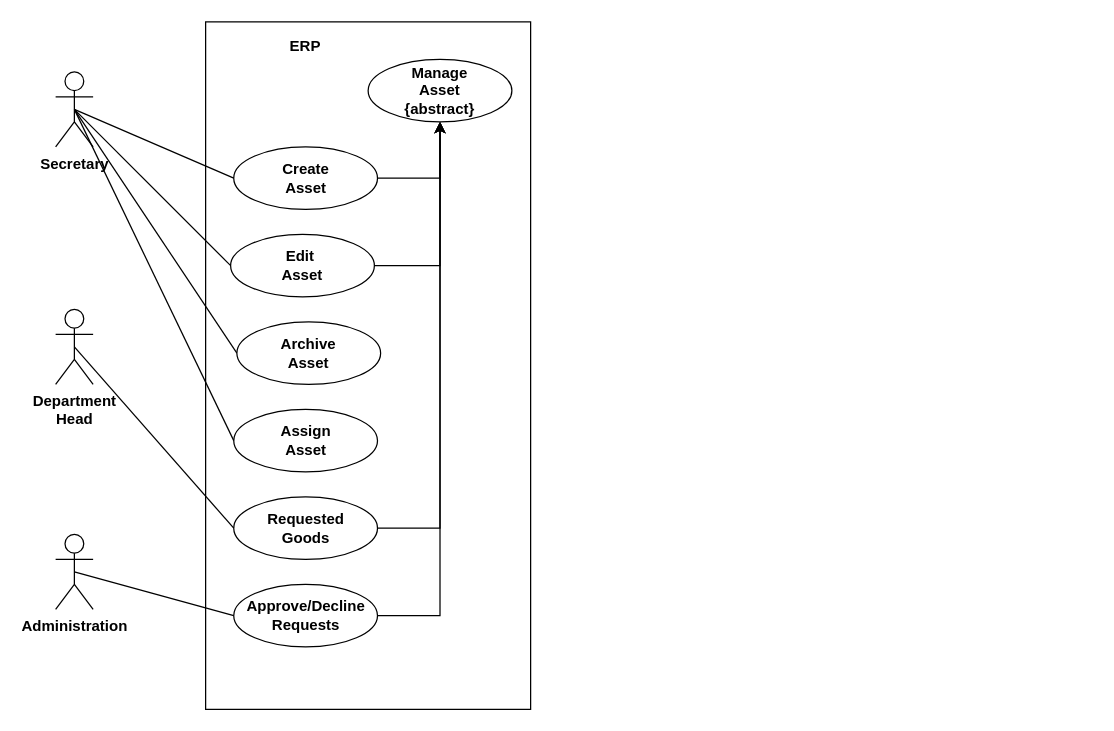
Before: stadia/system-documentation/usecases/asset.drawio in Simonbelete/odoo-modules, a draw.io diagram. Source tidied: cells renumbered, new cells numbered last; positions are measured from the earlier drawing's top-left corner, leaving out a move shared by most shapes. Both pictures are drawn from the tidied source at 125%, with x=0, y=0 at pixel (55, 21).
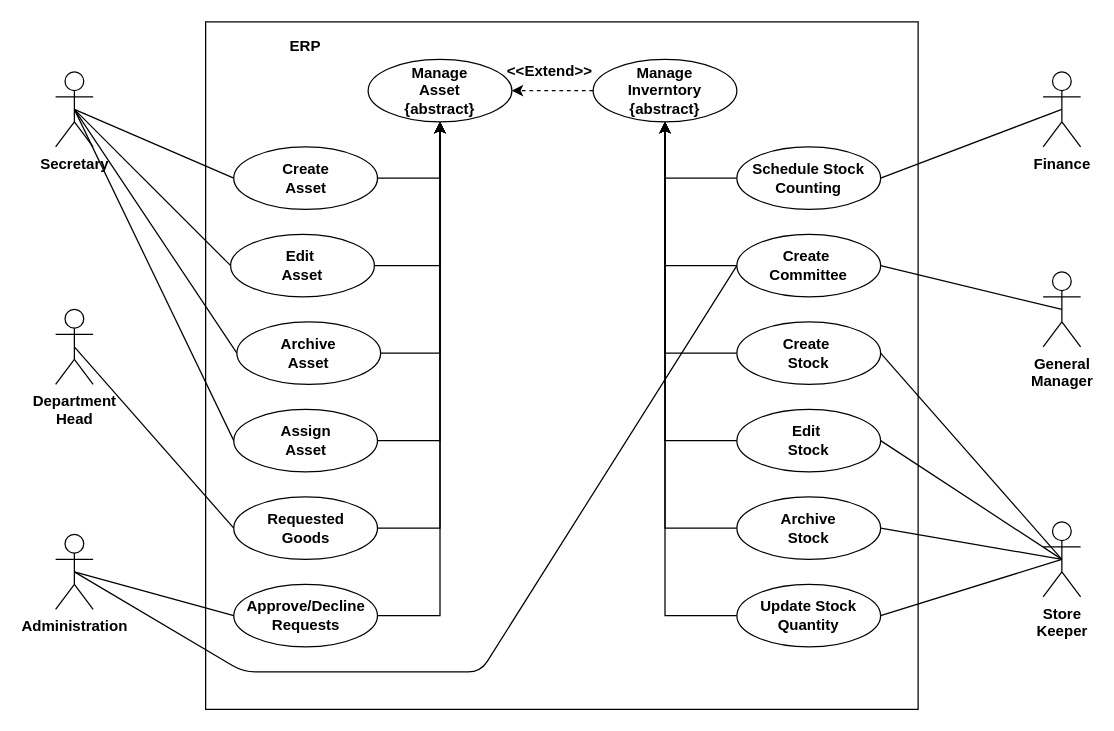
After the change.

The change refers to these unchanged cells:
```xml
<mxCell id="4" value="Manage&lt;br&gt;Asset&lt;br&gt;{abstract}" style="ellipse;whiteSpace=wrap;html=1;fontStyle=1;align=center;horizontal=1;labelBackgroundColor=none;labelBorderColor=none;shadow=0;" parent="1" vertex="1">
  <mxGeometry x="250" y="30" width="115" height="50" as="geometry" />
</mxCell>
<mxCell id="13" value="Archive&lt;br&gt;Asset" style="ellipse;whiteSpace=wrap;html=1;fontStyle=1;align=center;horizontal=1;labelBackgroundColor=none;labelBorderColor=none;shadow=0;" parent="1" vertex="1">
  <mxGeometry x="145" y="240" width="115" height="50" as="geometry" />
</mxCell>
<mxCell id="14" value="Assign&lt;br&gt;Asset" style="ellipse;whiteSpace=wrap;html=1;fontStyle=1;align=center;horizontal=1;labelBackgroundColor=none;labelBorderColor=none;shadow=0;" parent="1" vertex="1">
  <mxGeometry x="142.5" y="310" width="115" height="50" as="geometry" />
</mxCell>
<mxCell id="20" value="Administration" style="shape=umlActor;verticalLabelPosition=bottom;labelBackgroundColor=#ffffff;verticalAlign=top;html=1;outlineConnect=0;fontStyle=1;" parent="1" vertex="1">
  <mxGeometry y="410" width="30" height="60" as="geometry" />
</mxCell>
```

Diff of the diagram source:
```diff
@@
     <mxCell id="2" style="rounded=0;whiteSpace=wrap;html=1;" parent="1" vertex="1">
-      <mxGeometry x="120" width="260" height="550" as="geometry" />
+      <mxGeometry x="120" width="570" height="550" as="geometry" />
     </mxCell>
@@
+    <mxCell id="24" style="edgeStyle=orthogonalEdgeStyle;rounded=0;jettySize=auto;html=1;exitX=1;exitY=0.5;exitDx=0;exitDy=0;entryX=0.5;entryY=1;entryDx=0;entryDy=0;" parent="1" edge="1" source="13" target="4">
+      <mxGeometry relative="1" as="geometry" />
+    </mxCell>
@@
+    <mxCell id="25" style="edgeStyle=orthogonalEdgeStyle;rounded=0;jettySize=auto;html=1;exitX=1;exitY=0.5;exitDx=0;exitDy=0;entryX=0.5;entryY=1;entryDx=0;entryDy=0;" parent="1" edge="1" source="14" target="4">
+      <mxGeometry relative="1" as="geometry" />
+    </mxCell>
@@
+    <mxCell id="26" value="Manage&lt;br&gt;Inverntory&lt;br&gt;{abstract}" style="ellipse;whiteSpace=wrap;html=1;fontStyle=1;align=center;horizontal=1;labelBackgroundColor=none;labelBorderColor=none;shadow=0;" parent="1" vertex="1">
+      <mxGeometry x="430" y="30" width="115" height="50" as="geometry" />
+    </mxCell>
+    <mxCell id="27" value="&amp;lt;&amp;lt;Extend&amp;gt;&amp;gt;" style="html=1;verticalAlign=middle;fontSize=12;fontStyle=1;fillColor=#ffffff;labelBackgroundColor=none;labelBorderColor=none;exitX=0;exitY=0.5;exitDx=0;exitDy=0;dashed=1;entryX=1;entryY=0.5;entryDx=0;entryDy=0;" parent="1" edge="1" source="26" target="4">
+      <mxGeometry x="0.09" y="-15" relative="1" as="geometry" />
+    </mxCell>
+    <mxCell id="28" style="edgeStyle=orthogonalEdgeStyle;rounded=0;jettySize=auto;html=1;exitX=0;exitY=0.5;exitDx=0;exitDy=0;entryX=0.5;entryY=1;entryDx=0;entryDy=0;" parent="1" edge="1" source="29" target="26">
+      <mxGeometry relative="1" as="geometry">
+        <Array as="points">
+          <mxPoint x="488" y="125" />
+        </Array>
+      </mxGeometry>
+    </mxCell>
+    <mxCell id="29" value="Schedule Stock&lt;br&gt;Counting" style="ellipse;whiteSpace=wrap;html=1;fontStyle=1;align=center;horizontal=1;labelBackgroundColor=none;labelBorderColor=none;shadow=0;" parent="1" vertex="1">
+      <mxGeometry x="545" y="100" width="115" height="50" as="geometry" />
+    </mxCell>
+    <mxCell id="30" value="Finance" style="shape=umlActor;verticalLabelPosition=bottom;labelBackgroundColor=#ffffff;verticalAlign=top;html=1;outlineConnect=0;fontStyle=1;" parent="1" vertex="1">
+      <mxGeometry x="790" y="40" width="30" height="60" as="geometry" />
+    </mxCell>
+    <mxCell id="31" style="endArrow=none;html=1;entryX=0.5;entryY=0.5;entryDx=0;entryDy=0;exitX=1;exitY=0.5;exitDx=0;exitDy=0;entryPerimeter=0;" parent="1" edge="1" source="29" target="30">
+      <mxGeometry relative="1" as="geometry" />
+    </mxCell>
+    <mxCell id="32" value="General&lt;br&gt;Manager" style="shape=umlActor;verticalLabelPosition=bottom;labelBackgroundColor=#ffffff;verticalAlign=top;html=1;outlineConnect=0;fontStyle=1;" parent="1" vertex="1">
+      <mxGeometry x="790" y="200" width="30" height="60" as="geometry" />
+    </mxCell>
+    <mxCell id="33" style="edgeStyle=orthogonalEdgeStyle;rounded=0;jettySize=auto;html=1;exitX=0;exitY=0.5;exitDx=0;exitDy=0;entryX=0.5;entryY=1;entryDx=0;entryDy=0;" parent="1" edge="1" source="34" target="26">
+      <mxGeometry relative="1" as="geometry" />
+    </mxCell>
+    <mxCell id="34" value="Create&amp;nbsp;&lt;br&gt;Committee" style="ellipse;whiteSpace=wrap;html=1;fontStyle=1;align=center;horizontal=1;labelBackgroundColor=none;labelBorderColor=none;shadow=0;" parent="1" vertex="1">
+      <mxGeometry x="545" y="170" width="115" height="50" as="geometry" />
+    </mxCell>
+    <mxCell id="35" value="Store &lt;br&gt;Keeper" style="shape=umlActor;verticalLabelPosition=bottom;labelBackgroundColor=#ffffff;verticalAlign=top;html=1;outlineConnect=0;fontStyle=1;" parent="1" vertex="1">
+      <mxGeometry x="790" y="400" width="30" height="60" as="geometry" />
+    </mxCell>
+    <mxCell id="36" style="edgeStyle=orthogonalEdgeStyle;rounded=0;jettySize=auto;html=1;exitX=0;exitY=0.5;exitDx=0;exitDy=0;entryX=0.5;entryY=1;entryDx=0;entryDy=0;" parent="1" edge="1" source="37" target="26">
+      <mxGeometry relative="1" as="geometry" />
+    </mxCell>
+    <mxCell id="37" value="Create&amp;nbsp;&lt;br&gt;Stock" style="ellipse;whiteSpace=wrap;html=1;fontStyle=1;align=center;horizontal=1;labelBackgroundColor=none;labelBorderColor=none;shadow=0;" parent="1" vertex="1">
+      <mxGeometry x="545" y="240" width="115" height="50" as="geometry" />
+    </mxCell>
+    <mxCell id="38" style="edgeStyle=orthogonalEdgeStyle;rounded=0;jettySize=auto;html=1;exitX=0;exitY=0.5;exitDx=0;exitDy=0;entryX=0.5;entryY=1;entryDx=0;entryDy=0;" parent="1" edge="1" source="39" target="26">
+      <mxGeometry relative="1" as="geometry" />
+    </mxCell>
+    <mxCell id="39" value="Edit&amp;nbsp;&lt;br&gt;Stock" style="ellipse;whiteSpace=wrap;html=1;fontStyle=1;align=center;horizontal=1;labelBackgroundColor=none;labelBorderColor=none;shadow=0;" parent="1" vertex="1">
+      <mxGeometry x="545" y="310" width="115" height="50" as="geometry" />
+    </mxCell>
+    <mxCell id="40" style="edgeStyle=orthogonalEdgeStyle;rounded=0;jettySize=auto;html=1;exitX=0;exitY=0.5;exitDx=0;exitDy=0;entryX=0.5;entryY=1;entryDx=0;entryDy=0;" parent="1" edge="1" source="41" target="26">
+      <mxGeometry relative="1" as="geometry" />
+    </mxCell>
+    <mxCell id="41" value="Archive&lt;br&gt;Stock" style="ellipse;whiteSpace=wrap;html=1;fontStyle=1;align=center;horizontal=1;labelBackgroundColor=none;labelBorderColor=none;shadow=0;" parent="1" vertex="1">
+      <mxGeometry x="545" y="380" width="115" height="50" as="geometry" />
+    </mxCell>
+    <mxCell id="42" style="edgeStyle=orthogonalEdgeStyle;rounded=0;jettySize=auto;html=1;exitX=0;exitY=0.5;exitDx=0;exitDy=0;entryX=0.5;entryY=1;entryDx=0;entryDy=0;" parent="1" edge="1" source="43" target="26">
+      <mxGeometry relative="1" as="geometry" />
+    </mxCell>
+    <mxCell id="43" value="Update Stock&lt;br&gt;Quantity" style="ellipse;whiteSpace=wrap;html=1;fontStyle=1;align=center;horizontal=1;labelBackgroundColor=none;labelBorderColor=none;shadow=0;" parent="1" vertex="1">
+      <mxGeometry x="545" y="450" width="115" height="50" as="geometry" />
+    </mxCell>
+    <mxCell id="44" style="edgeStyle=none;jettySize=auto;html=1;exitX=0.5;exitY=0.5;exitDx=0;exitDy=0;exitPerimeter=0;entryX=1;entryY=0.5;entryDx=0;entryDy=0;endArrow=none;" parent="1" edge="1" source="35" target="43">
+      <mxGeometry relative="1" as="geometry" />
+    </mxCell>
+    <mxCell id="45" style="edgeStyle=none;jettySize=auto;html=1;exitX=0.5;exitY=0.5;exitDx=0;exitDy=0;exitPerimeter=0;entryX=1;entryY=0.5;entryDx=0;entryDy=0;endArrow=none;" parent="1" edge="1" source="35" target="41">
+      <mxGeometry relative="1" as="geometry" />
+    </mxCell>
+    <mxCell id="46" style="edgeStyle=none;jettySize=auto;html=1;exitX=0.5;exitY=0.5;exitDx=0;exitDy=0;exitPerimeter=0;entryX=1;entryY=0.5;entryDx=0;entryDy=0;endArrow=none;" parent="1" edge="1" source="35" target="39">
+      <mxGeometry relative="1" as="geometry" />
+    </mxCell>
+    <mxCell id="47" style="edgeStyle=none;jettySize=auto;html=1;entryX=1;entryY=0.5;entryDx=0;entryDy=0;endArrow=none;exitX=0.5;exitY=0.5;exitDx=0;exitDy=0;exitPerimeter=0;" parent="1" edge="1" source="35" target="37">
+      <mxGeometry relative="1" as="geometry" />
+    </mxCell>
+    <mxCell id="48" style="edgeStyle=none;jettySize=auto;html=1;exitX=0.5;exitY=0.5;exitDx=0;exitDy=0;exitPerimeter=0;entryX=0;entryY=0.5;entryDx=0;entryDy=0;endArrow=none;" parent="1" edge="1" source="20" target="34">
+      <mxGeometry relative="1" as="geometry">
+        <Array as="points">
+          <mxPoint x="150" y="520" />
+          <mxPoint x="340" y="520" />
+        </Array>
+      </mxGeometry>
+    </mxCell>
+    <mxCell id="49" style="endArrow=none;html=1;entryX=0.5;entryY=0.5;entryDx=0;entryDy=0;exitX=1;exitY=0.5;exitDx=0;exitDy=0;entryPerimeter=0;" parent="1" edge="1" source="34" target="32">
+      <mxGeometry relative="1" as="geometry" />
+    </mxCell>
```
